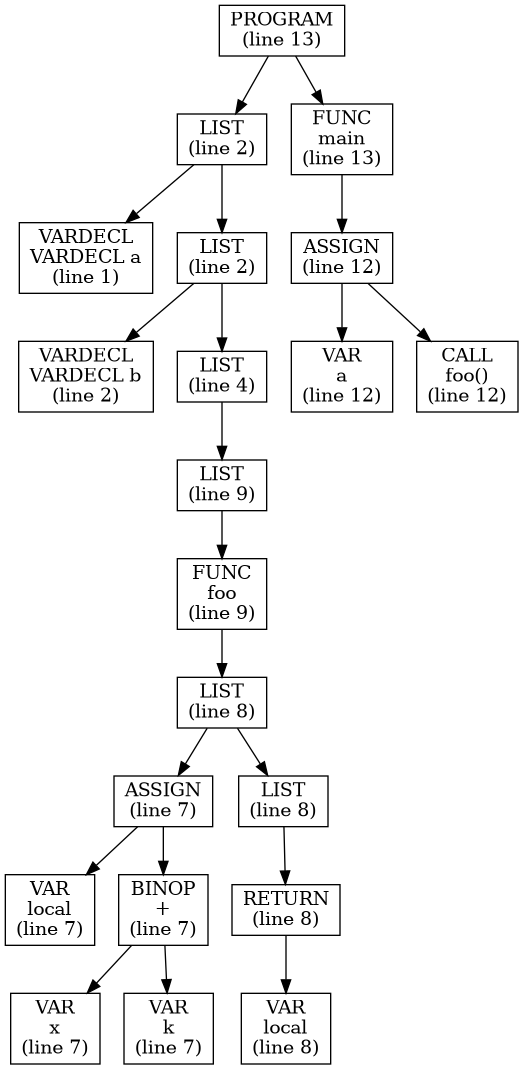
The Graphviz diagram syntaxExtreme/ast.png in kalamakis/Cpp-compiler, before a commit. Its source is kept beside it as syntaxExtreme/ast.dot.
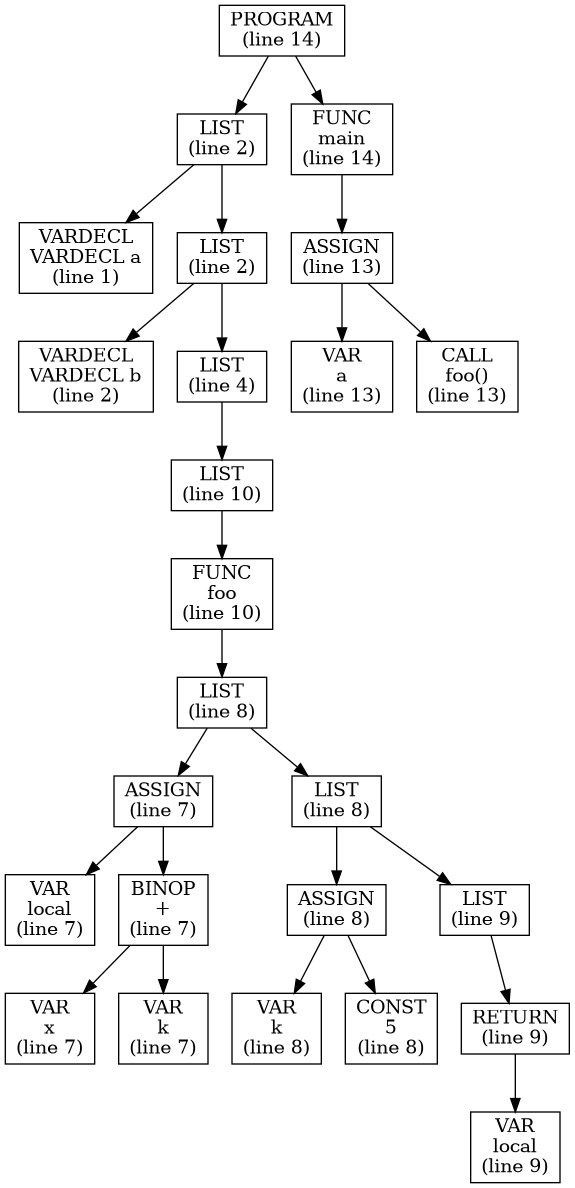
After the change.

The edit, as a diff of the source:
```diff
@@ -1,6 +1,6 @@
 digraph AST {
   node [shape=box];
-  n0 [label="PROGRAM\n(line 13)"];
+  n0 [label="PROGRAM\n(line 14)"];
   n1 [label="LIST\n(line 2)"];
   n2 [label="VARDECL\nVARDECL a\n(line 1)"];
   n1 -> n2;
@@ -8,8 +8,8 @@
   n4 [label="VARDECL\nVARDECL b\n(line 2)"];
   n3 -> n4;
   n5 [label="LIST\n(line 4)"];
-  n6 [label="LIST\n(line 9)"];
-  n7 [label="FUNC\nfoo\n(line 9)"];
+  n6 [label="LIST\n(line 10)"];
+  n7 [label="FUNC\nfoo\n(line 10)"];
   n8 [label="LIST\n(line 8)"];
   n9 [label="ASSIGN\n(line 7)"];
   n10 [label="VAR\nlocal\n(line 7)"];
@@ -22,10 +22,18 @@
   n9 -> n11;
   n8 -> n9;
   n14 [label="LIST\n(line 8)"];
-  n15 [label="RETURN\n(line 8)"];
-  n16 [label="VAR\nlocal\n(line 8)"];
+  n15 [label="ASSIGN\n(line 8)"];
+  n16 [label="VAR\nk\n(line 8)"];
   n15 -> n16;
+  n17 [label="CONST\n5\n(line 8)"];
+  n15 -> n17;
   n14 -> n15;
+  n18 [label="LIST\n(line 9)"];
+  n19 [label="RETURN\n(line 9)"];
+  n20 [label="VAR\nlocal\n(line 9)"];
+  n19 -> n20;
+  n18 -> n19;
+  n14 -> n18;
   n8 -> n14;
   n7 -> n8;
   n6 -> n7;
@@ -33,12 +41,12 @@
   n3 -> n5;
   n1 -> n3;
   n0 -> n1;
-  n17 [label="FUNC\nmain\n(line 13)"];
-  n18 [label="ASSIGN\n(line 12)"];
-  n19 [label="VAR\na\n(line 12)"];
-  n18 -> n19;
-  n20 [label="CALL\nfoo()\n(line 12)"];
-  n18 -> n20;
-  n17 -> n18;
-  n0 -> n17;
+  n21 [label="FUNC\nmain\n(line 14)"];
+  n22 [label="ASSIGN\n(line 13)"];
+  n23 [label="VAR\na\n(line 13)"];
+  n22 -> n23;
+  n24 [label="CALL\nfoo()\n(line 13)"];
+  n22 -> n24;
+  n21 -> n22;
+  n0 -> n21;
 }
```
